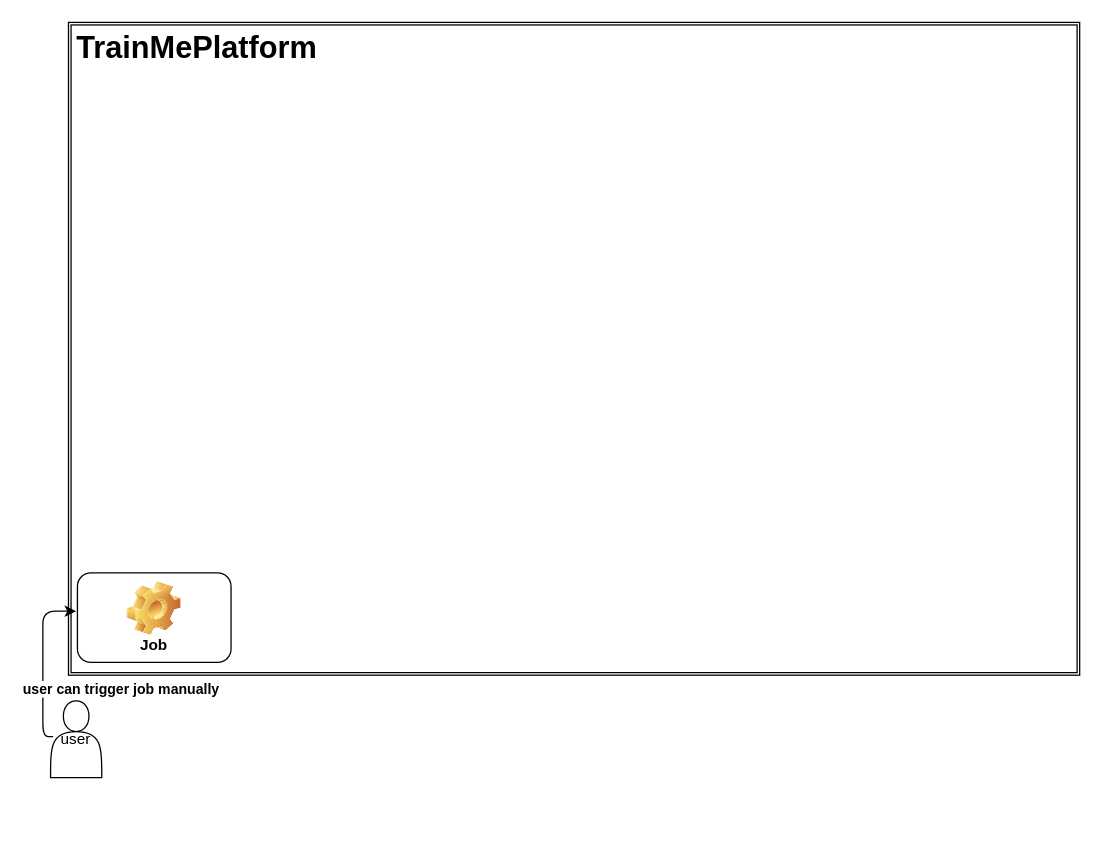
This is chandra.drawio from ChandraMadhumanchi/ml, a draw.io file, before an edit. Source tidied: cells renumbered, new cells numbered last; positions are measured from the earlier drawing's top-left corner, leaving out a move shared by most shapes. Both pictures are drawn from the tidied source at 128%, with x=0, y=0 at pixel (42, 22).
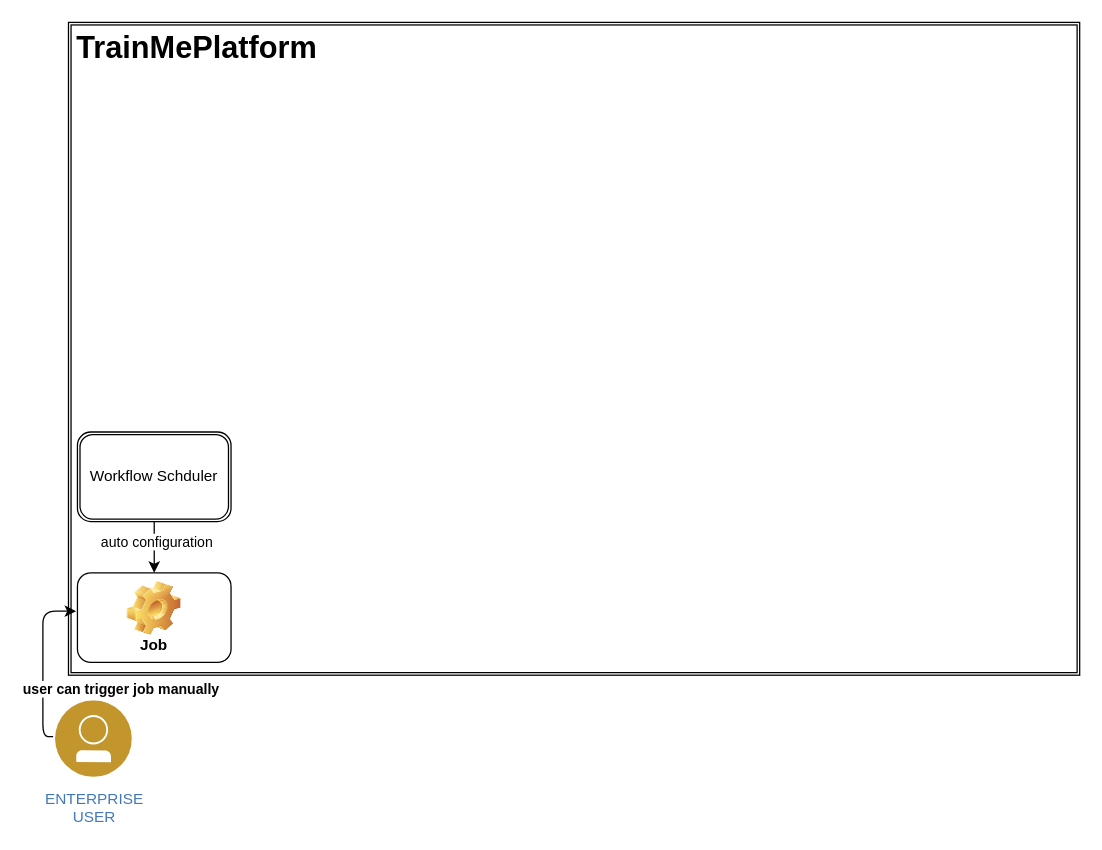
Above is the later version.

The edit, as a diff of the source:
```diff
@@
 <mxGraphModel>
   <root>
     <mxCell id="0" />
     <mxCell id="1" parent="0" />
     <mxCell id="2" style="shape=ext;double=1;rounded=0;whiteSpace=wrap;html=1;align=left;" parent="1" vertex="1">
       <mxGeometry x="20" width="790" height="510" as="geometry" />
     </mxCell>
     <mxCell id="3" value="TrainMePlatform" style="text;strokeColor=none;fillColor=none;html=1;fontSize=24;fontStyle=1;verticalAlign=middle;align=center;" parent="1" vertex="1">
       <mxGeometry x="70" width="100" height="40" as="geometry" />
     </mxCell>
     <mxCell id="4" value="Job" style="label;whiteSpace=wrap;html=1;align=center;verticalAlign=bottom;spacingLeft=0;spacingBottom=4;imageAlign=center;imageVerticalAlign=top;image=img/clipart/Gear_128x128.png;" parent="1" vertex="1">
       <mxGeometry x="27" y="430" width="120" height="70" as="geometry" />
     </mxCell>
-    <mxCell id="5" value="user" style="shape=actor;whiteSpace=wrap;html=1;" parent="1" vertex="1">
-      <mxGeometry x="6" y="530" width="40" height="60" as="geometry" />
-    </mxCell>
     <mxCell id="6" style="edgeStyle=elbowEdgeStyle;elbow=horizontal;endArrow=classic;html=1;exitX=0.05;exitY=0.633;exitDx=0;exitDy=0;exitPerimeter=0;" parent="1" edge="1">
       <mxGeometry relative="1" as="geometry">
         <mxPoint x="8" y="558" as="sourcePoint" />
         <mxPoint x="26" y="460" as="targetPoint" />
         <Array as="points">
           <mxPoint y="510" />
         </Array>
       </mxGeometry>
     </mxCell>
     <mxCell id="7" value="user can trigger job manually" style="edgeLabel;html=1;align=center;verticalAlign=middle;fontStyle=1;" parent="6" vertex="1">
       <mxGeometry x="-0.29" y="3" relative="1" as="geometry">
         <mxPoint x="63" y="1" as="offset" />
       </mxGeometry>
     </mxCell>
+    <mxCell id="8" style="edgeStyle=orthogonalEdgeStyle;rounded=0;jettySize=auto;html=1;" parent="1" edge="1" source="10" target="4">
+      <mxGeometry relative="1" as="geometry" />
+    </mxCell>
+    <mxCell id="9" value="auto configuration" style="edgeLabel;html=1;align=center;verticalAlign=middle;" parent="8" vertex="1">
+      <mxGeometry y="1" relative="1" as="geometry">
+        <mxPoint y="-5" as="offset" />
+      </mxGeometry>
+    </mxCell>
+    <mxCell id="10" value="Workflow Schduler" style="shape=ext;double=1;rounded=1;whiteSpace=wrap;html=1;" parent="1" vertex="1">
+      <mxGeometry x="27" y="320" width="120" height="70" as="geometry" />
+    </mxCell>
+    <mxCell id="11" value="ENTERPRISE&lt;div&gt;USER&lt;/div&gt;" style="perimeter=ellipsePerimeter;html=1;align=center;shadow=0;dashed=0;image;image=img/lib/ibm/users/user.svg;strokeColor=#FF0000;fillColor=#FFFF66;gradientColor=none;fontColor=#4277BB;labelBackgroundColor=#ffffff;spacingTop=3;" parent="1" vertex="1">
+      <mxGeometry x="10" y="530" width="60" height="60" as="geometry" />
+    </mxCell>
   </root>
 </mxGraphModel>
```
